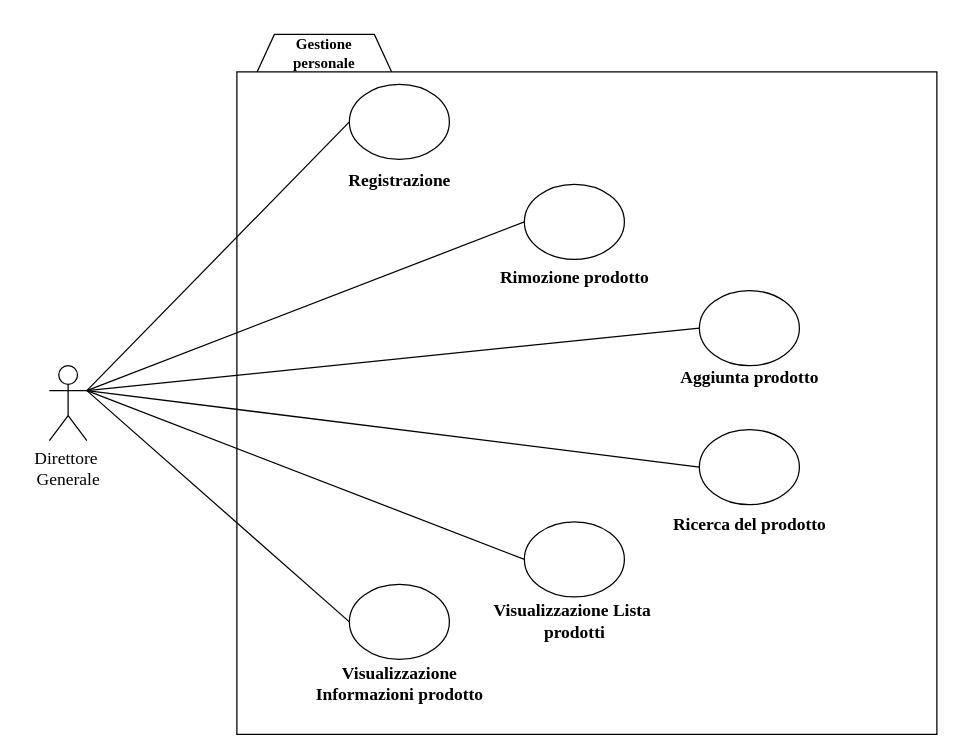
Earlier version of the draw.io diagram bozze/GestionePersonaALPHA.drawio (Carmineh/IT-Manager). Source tidied: cells renumbered, new cells numbered last; positions are measured from the earlier drawing's top-left corner, leaving out a move shared by most shapes. Both pictures are drawn from the tidied source at 125%, with x=0, y=0 at pixel (49, 34).
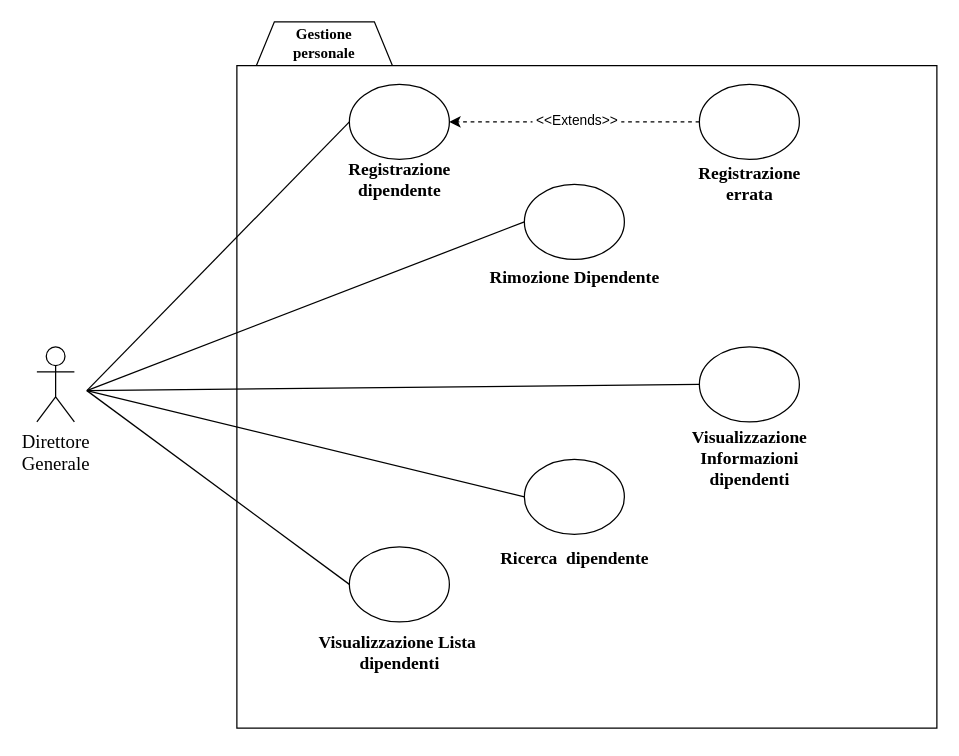
After the change.

The change refers to these unchanged cells:
```xml
<mxCell id="18" value="&lt;div&gt;&lt;br&gt;&lt;/div&gt;&lt;div&gt;&lt;br&gt;&lt;/div&gt;&lt;div&gt;&lt;br&gt;&lt;/div&gt;&lt;div&gt;&lt;br&gt;&lt;/div&gt;&lt;div&gt;&lt;br&gt;&lt;/div&gt;&lt;div&gt;&lt;br&gt;&lt;/div&gt;" style="ellipse;whiteSpace=wrap;html=1;" parent="1" vertex="1">
  <mxGeometry x="380" y="120" width="80" height="60" as="geometry" />
</mxCell>
```

The edit, as a diff of the source:
```diff
@@
     <mxCell id="2" style="shape=hexagon;perimeter=hexagonPerimeter2;whiteSpace=wrap;html=1;fixedSize=1;" parent="1" vertex="1">
-      <mxGeometry x="160" width="120" height="87" as="geometry" />
+      <mxGeometry x="160" y="-10" width="120" height="97" as="geometry" />
     </mxCell>
-    <mxCell id="3" value="&lt;div&gt;&lt;font face=&quot;Times New Roman&quot;&gt;&lt;span style=&quot;font-size: 14px&quot;&gt;Direttore&amp;nbsp;&lt;/span&gt;&lt;/font&gt;&lt;/div&gt;&lt;div&gt;&lt;font face=&quot;Times New Roman&quot;&gt;&lt;span style=&quot;font-size: 14px&quot;&gt;Generale&lt;/span&gt;&lt;/font&gt;&lt;/div&gt;" style="shape=umlActor;verticalLabelPosition=bottom;verticalAlign=top;html=1;outlineConnect=0;" parent="1" vertex="1">
-      <mxGeometry y="265" width="30" height="60" as="geometry" />
-    </mxCell>
     <mxCell id="4" style="rounded=0;whiteSpace=wrap;html=1;" parent="1" vertex="1">
-      <mxGeometry x="150" y="30" width="560" height="530" as="geometry" />
+      <mxGeometry x="150" y="25" width="560" height="530" as="geometry" />
     </mxCell>
-    <mxCell id="5" value="&lt;div&gt;&lt;br&gt;&lt;/div&gt;&lt;div&gt;&lt;br&gt;&lt;/div&gt;&lt;div&gt;&lt;br&gt;&lt;/div&gt;&lt;div&gt;&lt;br&gt;&lt;/div&gt;&lt;div&gt;&lt;br&gt;&lt;/div&gt;&lt;div&gt;&lt;br&gt;&lt;/div&gt;" style="ellipse;whiteSpace=wrap;html=1;" parent="1" vertex="1">
-      <mxGeometry x="240" y="40" width="80" height="60" as="geometry" />
-    </mxCell>
-    <mxCell id="6" value="&lt;div&gt;&lt;br&gt;&lt;/div&gt;&lt;div&gt;&lt;br&gt;&lt;/div&gt;&lt;div&gt;&lt;br&gt;&lt;/div&gt;&lt;div&gt;&lt;br&gt;&lt;/div&gt;&lt;div&gt;&lt;br&gt;&lt;/div&gt;&lt;div&gt;&lt;br&gt;&lt;/div&gt;" style="ellipse;whiteSpace=wrap;html=1;" parent="1" vertex="1">
-      <mxGeometry x="240" y="440" width="80" height="60" as="geometry" />
-    </mxCell>
-    <mxCell id="7" value="&lt;div&gt;&lt;font face=&quot;Times New Roman&quot;&gt;&lt;span style=&quot;font-size: 14px&quot;&gt;&lt;b&gt;Ricerca del prodotto&lt;/b&gt;&lt;/span&gt;&lt;/font&gt;&lt;/div&gt;" style="text;html=1;strokeColor=none;fillColor=none;align=center;verticalAlign=middle;whiteSpace=wrap;rounded=0;" parent="1" vertex="1">
-      <mxGeometry x="487.5" y="383" width="145" height="20" as="geometry" />
+    <mxCell id="7" value="&lt;div&gt;&lt;font face=&quot;Times New Roman&quot;&gt;&lt;span style=&quot;font-size: 14px&quot;&gt;&lt;b&gt;Ricerca &amp;nbsp;dipendente&lt;/b&gt;&lt;/span&gt;&lt;/font&gt;&lt;/div&gt;" style="text;html=1;strokeColor=none;fillColor=none;align=center;verticalAlign=middle;whiteSpace=wrap;rounded=0;" parent="1" vertex="1">
+      <mxGeometry x="347.5" y="410" width="145" height="20" as="geometry" />
     </mxCell>
     <mxCell id="8" value="&lt;div align=&quot;center&quot;&gt;&lt;font face=&quot;Times New Roman&quot;&gt;&lt;b&gt;Gestione&lt;/b&gt;&lt;/font&gt;&lt;/div&gt;&lt;div align=&quot;center&quot;&gt;&lt;font face=&quot;Times New Roman&quot;&gt;&lt;b&gt;personale&lt;/b&gt;&lt;/font&gt;&lt;/div&gt;" style="text;html=1;strokeColor=none;fillColor=none;align=center;verticalAlign=middle;whiteSpace=wrap;rounded=0;" parent="1" vertex="1">
-      <mxGeometry x="200" y="5" width="40" height="20" as="geometry" />
+      <mxGeometry x="200" y="-3" width="40" height="20" as="geometry" />
     </mxCell>
     <mxCell id="9" value="&lt;div&gt;&lt;br&gt;&lt;/div&gt;&lt;div&gt;&lt;br&gt;&lt;/div&gt;&lt;div&gt;&lt;br&gt;&lt;/div&gt;&lt;div&gt;&lt;br&gt;&lt;/div&gt;&lt;div&gt;&lt;br&gt;&lt;/div&gt;&lt;div&gt;&lt;br&gt;&lt;/div&gt;" style="ellipse;whiteSpace=wrap;html=1;" parent="1" vertex="1">
-      <mxGeometry x="520" y="205" width="80" height="60" as="geometry" />
+      <mxGeometry x="520" y="250" width="80" height="60" as="geometry" />
     </mxCell>
     <mxCell id="10" value="&lt;div&gt;&lt;br&gt;&lt;/div&gt;&lt;div&gt;&lt;br&gt;&lt;/div&gt;&lt;div&gt;&lt;br&gt;&lt;/div&gt;&lt;div&gt;&lt;br&gt;&lt;/div&gt;&lt;div&gt;&lt;br&gt;&lt;/div&gt;&lt;div&gt;&lt;br&gt;&lt;/div&gt;" style="ellipse;whiteSpace=wrap;html=1;" parent="1" vertex="1">
-      <mxGeometry x="380" y="390" width="80" height="60" as="geometry" />
+      <mxGeometry x="240" y="410" width="80" height="60" as="geometry" />
     </mxCell>
     <mxCell id="11" value="&lt;div&gt;&lt;br&gt;&lt;/div&gt;&lt;div&gt;&lt;br&gt;&lt;/div&gt;&lt;div&gt;&lt;br&gt;&lt;/div&gt;&lt;div&gt;&lt;br&gt;&lt;/div&gt;&lt;div&gt;&lt;br&gt;&lt;/div&gt;&lt;div&gt;&lt;br&gt;&lt;/div&gt;" style="ellipse;whiteSpace=wrap;html=1;" parent="1" vertex="1">
-      <mxGeometry x="520" y="316.2" width="80" height="60" as="geometry" />
+      <mxGeometry x="380" y="340" width="80" height="60" as="geometry" />
     </mxCell>
-    <mxCell id="12" style="endArrow=none;html=1;entryX=0;entryY=0.5;entryDx=0;entryDy=0;exitX=1;exitY=0.3333333333333333;exitDx=0;exitDy=0;exitPerimeter=0;" parent="1" edge="1" source="3" target="5">
-      <mxGeometry relative="1" as="geometry" />
+    <mxCell id="12" style="endArrow=none;html=1;entryX=0;entryY=0.5;entryDx=0;entryDy=0;exitX=1;exitY=0.3333333333333333;exitDx=0;exitDy=0;exitPerimeter=0;" parent="1" edge="1" target="5">
+      <mxGeometry relative="1" as="geometry">
+        <mxPoint x="30" y="285" as="sourcePoint" />
+      </mxGeometry>
     </mxCell>
-    <mxCell id="13" style="endArrow=none;html=1;entryX=0;entryY=0.5;entryDx=0;entryDy=0;exitX=1;exitY=0.3333333333333333;exitDx=0;exitDy=0;exitPerimeter=0;" parent="1" edge="1" source="3" target="9">
-      <mxGeometry relative="1" as="geometry" />
+    <mxCell id="13" style="endArrow=none;html=1;entryX=0;entryY=0.5;entryDx=0;entryDy=0;exitX=1;exitY=0.3333333333333333;exitDx=0;exitDy=0;exitPerimeter=0;" parent="1" edge="1" target="9">
+      <mxGeometry relative="1" as="geometry">
+        <mxPoint x="30" y="285" as="sourcePoint" />
+      </mxGeometry>
     </mxCell>
-    <mxCell id="14" value="&lt;font face=&quot;Times New Roman&quot;&gt;&lt;span style=&quot;font-size: 14px&quot;&gt;&lt;b&gt;Rimozione prodotto&lt;/b&gt;&lt;/span&gt;&lt;/font&gt;" style="text;html=1;strokeColor=none;fillColor=none;align=center;verticalAlign=middle;whiteSpace=wrap;rounded=0;" parent="1" vertex="1">
+    <mxCell id="14" value="&lt;font face=&quot;Times New Roman&quot;&gt;&lt;span style=&quot;font-size: 14px&quot;&gt;&lt;b&gt;Rimozione Dipendente&lt;/b&gt;&lt;/span&gt;&lt;/font&gt;" style="text;html=1;strokeColor=none;fillColor=none;align=center;verticalAlign=middle;whiteSpace=wrap;rounded=0;" parent="1" vertex="1">
       <mxGeometry x="347.5" y="185" width="145" height="20" as="geometry" />
     </mxCell>
-    <mxCell id="15" value="&lt;font face=&quot;Times New Roman&quot;&gt;&lt;span style=&quot;font-size: 14px&quot;&gt;&lt;b&gt;Registrazione&lt;/b&gt;&lt;/span&gt;&lt;/font&gt;" style="text;html=1;strokeColor=none;fillColor=none;align=center;verticalAlign=middle;whiteSpace=wrap;rounded=0;" parent="1" vertex="1">
-      <mxGeometry x="207.5" y="108" width="145" height="20" as="geometry" />
+    <mxCell id="15" value="&lt;font face=&quot;Times New Roman&quot;&gt;&lt;span style=&quot;font-size: 14px&quot;&gt;&lt;b&gt;Registrazione&lt;br&gt;dipendente&lt;br&gt;&lt;/b&gt;&lt;/span&gt;&lt;/font&gt;" style="text;html=1;strokeColor=none;fillColor=none;align=center;verticalAlign=middle;whiteSpace=wrap;rounded=0;" parent="1" vertex="1">
+      <mxGeometry x="207.5" y="107" width="145" height="20" as="geometry" />
     </mxCell>
-    <mxCell id="16" value="&lt;div&gt;&lt;font face=&quot;Times New Roman&quot;&gt;&lt;span style=&quot;font-size: 14px&quot;&gt;&lt;b&gt;Aggiunta prodotto&lt;/b&gt;&lt;/span&gt;&lt;/font&gt;&lt;/div&gt;" style="text;html=1;strokeColor=none;fillColor=none;align=center;verticalAlign=middle;whiteSpace=wrap;rounded=0;" parent="1" vertex="1">
-      <mxGeometry x="487.5" y="265" width="145" height="20" as="geometry" />
+    <mxCell id="16" value="&lt;font face=&quot;Times New Roman&quot;&gt;&lt;span style=&quot;font-size: 14px&quot;&gt;&lt;b&gt;Visualizzazione Informazioni dipendenti&lt;/b&gt;&lt;/span&gt;&lt;/font&gt;" style="text;html=1;strokeColor=none;fillColor=none;align=center;verticalAlign=middle;whiteSpace=wrap;rounded=0;" parent="1" vertex="1">
+      <mxGeometry x="487.5" y="330" width="145" height="20" as="geometry" />
     </mxCell>
-    <mxCell id="17" value="&lt;font face=&quot;Times New Roman&quot;&gt;&lt;span style=&quot;font-size: 14px&quot;&gt;&lt;b&gt;Visualizzazione Lista&amp;nbsp;&lt;br&gt;prodotti&lt;br&gt;&lt;/b&gt;&lt;/span&gt;&lt;/font&gt;" style="text;html=1;strokeColor=none;fillColor=none;align=center;verticalAlign=middle;whiteSpace=wrap;rounded=0;" parent="1" vertex="1">
-      <mxGeometry x="347.5" y="460" width="145" height="20" as="geometry" />
+    <mxCell id="17" value="&lt;font face=&quot;Times New Roman&quot;&gt;&lt;span style=&quot;font-size: 14px&quot;&gt;&lt;b&gt;Visualizzazione Lista&amp;nbsp;&lt;br&gt;dipendenti&lt;br&gt;&lt;/b&gt;&lt;/span&gt;&lt;/font&gt;" style="text;html=1;strokeColor=none;fillColor=none;align=center;verticalAlign=middle;whiteSpace=wrap;rounded=0;" parent="1" vertex="1">
+      <mxGeometry x="207.5" y="485" width="145" height="20" as="geometry" />
     </mxCell>
@@
-    <mxCell id="19" style="endArrow=none;html=1;exitX=0;exitY=0.5;exitDx=0;exitDy=0;entryX=1;entryY=0.3333333333333333;entryDx=0;entryDy=0;entryPerimeter=0;" parent="1" edge="1" source="18" target="3">
-      <mxGeometry relative="1" as="geometry" />
+    <mxCell id="19" style="endArrow=none;html=1;exitX=0;exitY=0.5;exitDx=0;exitDy=0;entryX=1;entryY=0.3333333333333333;entryDx=0;entryDy=0;entryPerimeter=0;" parent="1" edge="1" source="18">
+      <mxGeometry relative="1" as="geometry">
+        <mxPoint x="30" y="285" as="targetPoint" />
+      </mxGeometry>
     </mxCell>
-    <mxCell id="20" value="&lt;font face=&quot;Times New Roman&quot;&gt;&lt;span style=&quot;font-size: 14px&quot;&gt;&lt;b&gt;Visualizzazione Informazioni prodotto&lt;/b&gt;&lt;/span&gt;&lt;/font&gt;" style="text;html=1;strokeColor=none;fillColor=none;align=center;verticalAlign=middle;whiteSpace=wrap;rounded=0;" parent="1" vertex="1">
-      <mxGeometry x="207.5" y="510" width="145" height="20" as="geometry" />
-    </mxCell>
-    <mxCell id="21" style="endArrow=none;html=1;exitX=1;exitY=0.3333333333333333;exitDx=0;exitDy=0;entryX=0;entryY=0.5;entryDx=0;entryDy=0;exitPerimeter=0;" parent="1" edge="1" source="3" target="11">
-      <mxGeometry relative="1" as="geometry" />
+    <mxCell id="21" style="endArrow=none;html=1;exitX=1;exitY=0.3333333333333333;exitDx=0;exitDy=0;entryX=0;entryY=0.5;entryDx=0;entryDy=0;exitPerimeter=0;" parent="1" edge="1" target="11">
+      <mxGeometry relative="1" as="geometry">
+        <mxPoint x="30" y="285" as="sourcePoint" />
+      </mxGeometry>
     </mxCell>
-    <mxCell id="22" style="endArrow=none;html=1;entryX=0;entryY=0.5;entryDx=0;entryDy=0;exitX=1;exitY=0.3333333333333333;exitDx=0;exitDy=0;exitPerimeter=0;" parent="1" edge="1" source="3" target="10">
-      <mxGeometry relative="1" as="geometry" />
+    <mxCell id="22" style="endArrow=none;html=1;entryX=0;entryY=0.5;entryDx=0;entryDy=0;exitX=1;exitY=0.3333333333333333;exitDx=0;exitDy=0;exitPerimeter=0;" parent="1" edge="1" target="10">
+      <mxGeometry relative="1" as="geometry">
+        <mxPoint x="30" y="285" as="sourcePoint" />
+      </mxGeometry>
     </mxCell>
-    <mxCell id="23" style="endArrow=none;html=1;entryX=0;entryY=0.5;entryDx=0;entryDy=0;exitX=1;exitY=0.3333333333333333;exitDx=0;exitDy=0;exitPerimeter=0;" parent="1" edge="1" source="3" target="6">
-      <mxGeometry relative="1" as="geometry" />
-    </mxCell>
+    <mxCell id="24" style="endArrow=classic;html=1;dashed=1;entryX=1;entryY=0.5;entryDx=0;entryDy=0;exitX=0;exitY=0.5;exitDx=0;exitDy=0;" parent="1" edge="1" source="26" target="5">
+      <mxGeometry relative="1" as="geometry" />
+    </mxCell>
+    <mxCell id="25" value="&amp;nbsp;&amp;lt;&amp;lt;Extends&amp;gt;&amp;gt;&amp;nbsp;" style="edgeLabel;html=1;align=center;verticalAlign=middle;" parent="24" vertex="1">
+      <mxGeometry x="-0.01" y="1" relative="1" as="geometry">
+        <mxPoint y="-3" as="offset" />
+      </mxGeometry>
+    </mxCell>
+    <mxCell id="5" value="&lt;div&gt;&lt;br&gt;&lt;/div&gt;&lt;div&gt;&lt;br&gt;&lt;/div&gt;&lt;div&gt;&lt;br&gt;&lt;/div&gt;&lt;div&gt;&lt;br&gt;&lt;/div&gt;&lt;div&gt;&lt;br&gt;&lt;/div&gt;&lt;div&gt;&lt;br&gt;&lt;/div&gt;" style="ellipse;whiteSpace=wrap;html=1;" parent="1" vertex="1">
+      <mxGeometry x="240" y="40" width="80" height="60" as="geometry" />
+    </mxCell>
+    <mxCell id="26" value="&lt;div&gt;&lt;br&gt;&lt;/div&gt;&lt;div&gt;&lt;br&gt;&lt;/div&gt;&lt;div&gt;&lt;br&gt;&lt;/div&gt;&lt;div&gt;&lt;br&gt;&lt;/div&gt;&lt;div&gt;&lt;br&gt;&lt;/div&gt;&lt;div&gt;&lt;br&gt;&lt;/div&gt;" style="ellipse;whiteSpace=wrap;html=1;" parent="1" vertex="1">
+      <mxGeometry x="520" y="40" width="80" height="60" as="geometry" />
+    </mxCell>
+    <mxCell id="27" value="&lt;font face=&quot;Times New Roman&quot;&gt;&lt;span style=&quot;font-size: 14px&quot;&gt;&lt;b&gt;Registrazione&lt;br&gt;errata&lt;br&gt;&lt;/b&gt;&lt;/span&gt;&lt;/font&gt;" style="text;html=1;strokeColor=none;fillColor=none;align=center;verticalAlign=middle;whiteSpace=wrap;rounded=0;" parent="1" vertex="1">
+      <mxGeometry x="487.5" y="110" width="145" height="20" as="geometry" />
+    </mxCell>
+    <mxCell id="3" value="&lt;font face=&quot;Times New Roman&quot; style=&quot;font-size: 15px&quot;&gt;Direttore &lt;br&gt;Generale&lt;/font&gt;" style="shape=umlActor;verticalLabelPosition=bottom;verticalAlign=top;html=1;outlineConnect=0;" parent="1" vertex="1">
+      <mxGeometry x="-10" y="250" width="30" height="60" as="geometry" />
+    </mxCell>
```
